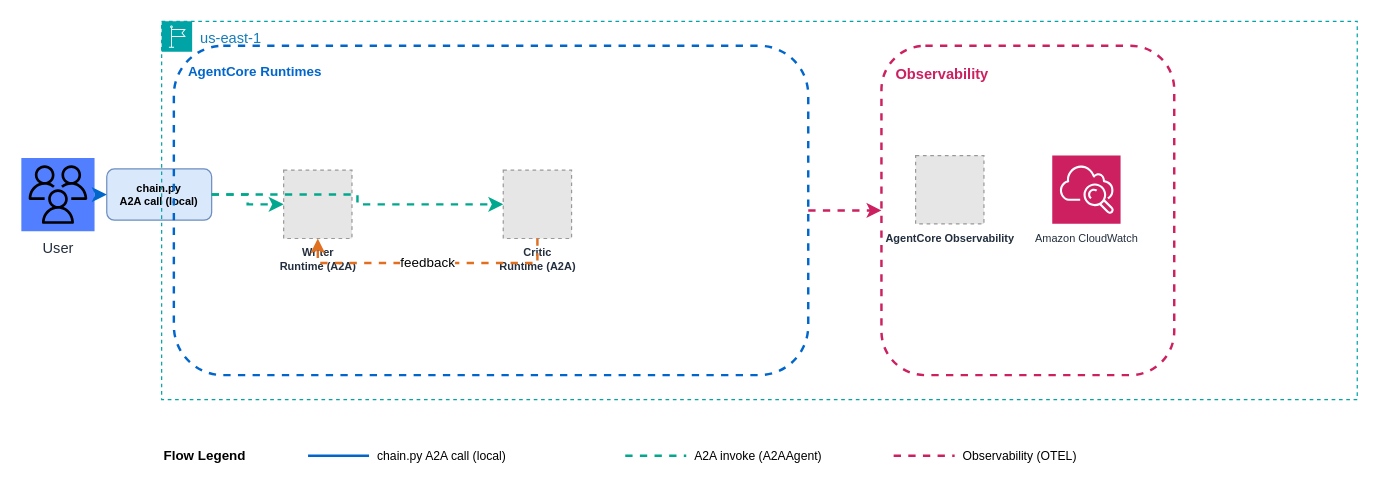
aws-samples/sample-multi-agent-systems-with-strands-workshop keeps this draw.io diagram as samples/05-critic-refiner/production/architecture.drawio. Above is the earlier version. Source tidied: cells renumbered, new cells numbered last; positions are measured from the earlier drawing's top-left corner, leaving out a move shared by most shapes. Both pictures are drawn from the tidied source at 122%, with x=0, y=0 at pixel (21, 21). Pictures stored in the file or linked from it are replaced by grey dashed boxes.
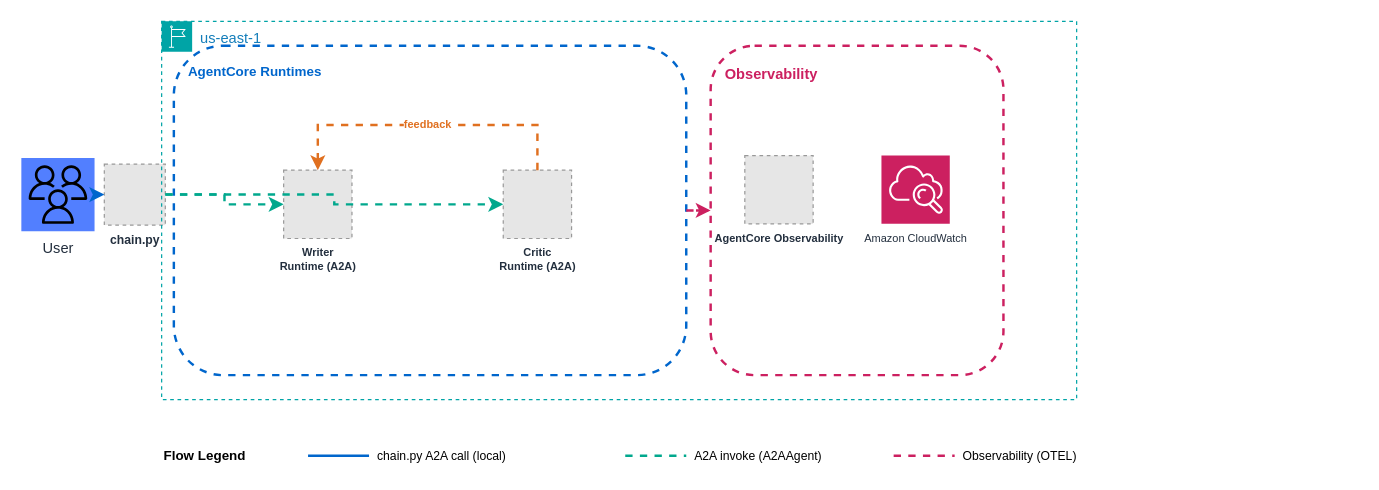
The same diagram, later.

Commit message (it also covers changes not shown here):
Production architecture diagrams: Python logo for chain.py, fix arrow routing, compact layouts

The change refers to these unchanged cells:
```xml
<mxCell id="6" value="Writer&lt;div&gt;Runtime (A2A)&lt;/div&gt;" style="fillColor=#E6E6E6;strokeColor=#999999;dashed=1;html=1;verticalLabelPosition=bottom;labelBackgroundColor=none;verticalAlign=top;fontSize=9;fontStyle=1;fontColor=#232F3E;" parent="4" vertex="1">
  <mxGeometry x="100" y="122" width="56" height="56" as="geometry" />
</mxCell>
<mxCell id="20" value="Critic&lt;div&gt;Runtime (A2A)&lt;/div&gt;" style="fillColor=#E6E6E6;strokeColor=#999999;dashed=1;html=1;verticalLabelPosition=bottom;labelBackgroundColor=none;verticalAlign=top;fontSize=9;fontStyle=1;fontColor=#232F3E;" parent="4" vertex="1">
  <mxGeometry x="280" y="122" width="56" height="56" as="geometry" />
</mxCell>
```

What changed in the source:
```diff
@@
-    <mxCell id="2" value="chain.py&lt;div&gt;A2A call (local)&lt;/div&gt;" style="rounded=1;whiteSpace=wrap;html=1;fillColor=#dae8fc;strokeColor=#6c8ebf;fontSize=9;fontStyle=1;verticalAlign=middle;" parent="1" vertex="1">
-      <mxGeometry x="70" y="121" width="86" height="42" as="geometry" />
+    <mxCell id="2" value="chain.py" style="fillColor=#E6E6E6;strokeColor=#999999;dashed=1;html=1;verticalLabelPosition=bottom;labelBackgroundColor=none;verticalAlign=top;align=center;fontSize=10;fontStyle=1;fontColor=#232F3E;" parent="1" vertex="1">
+      <mxGeometry x="68" y="117" width="50" height="50" as="geometry" />
     </mxCell>
@@
     <mxCell id="4" value="us-east-1" style="gradientColor=none;html=1;whiteSpace=wrap;fontSize=12;fontStyle=0;shape=mxgraph.aws4.group;grIcon=mxgraph.aws4.group_region;strokeColor=#00A4A6;fillColor=none;verticalAlign=top;align=left;spacingLeft=30;fontColor=#147EBA;dashed=1;" parent="1" vertex="1">
-      <mxGeometry x="115" width="980" height="310" as="geometry" />
+      <mxGeometry x="115" width="750" height="310" as="geometry" />
     </mxCell>
     <mxCell id="5" value="AgentCore Runtimes" style="rounded=1;whiteSpace=wrap;html=1;fillColor=none;strokeColor=#0066CC;strokeWidth=2;dashed=1;fontSize=11;fontStyle=1;fontColor=#0066CC;verticalAlign=top;align=left;spacingLeft=10;spacingTop=8;" parent="4" vertex="1">
-      <mxGeometry x="10" y="20" width="520" height="270" as="geometry" />
+      <mxGeometry x="10" y="20" width="420" height="270" as="geometry" />
     </mxCell>
@@
     <mxCell id="7" value="Observability" style="rounded=1;whiteSpace=wrap;html=1;fillColor=none;strokeColor=#CC2060;strokeWidth=2;dashed=1;fontSize=12;fontStyle=1;fontColor=#CC2060;verticalAlign=top;align=left;spacingLeft=10;spacingTop=10;" parent="4" vertex="1">
-      <mxGeometry x="590" y="20" width="240" height="270" as="geometry" />
+      <mxGeometry x="450" y="20" width="240" height="270" as="geometry" />
     </mxCell>
     <mxCell id="8" value="AgentCore Observability" style="fillColor=#E6E6E6;strokeColor=#999999;dashed=1;html=1;verticalLabelPosition=bottom;labelBackgroundColor=none;verticalAlign=top;fontSize=9;fontStyle=1;fontColor=#232F3E;" parent="4" vertex="1">
-      <mxGeometry x="618" y="110" width="56" height="56" as="geometry" />
+      <mxGeometry x="478" y="110" width="56" height="56" as="geometry" />
     </mxCell>
     <mxCell id="9" value="Amazon CloudWatch" style="sketch=0;fontColor=#232F3E;fillColor=#CC2060;strokeColor=#ffffff;dashed=0;verticalLabelPosition=bottom;verticalAlign=top;align=center;html=1;fontSize=9;fontStyle=0;shape=mxgraph.aws4.resourceIcon;resIcon=mxgraph.aws4.cloudwatch;" parent="4" vertex="1">
-      <mxGeometry x="730" y="110" width="56" height="56" as="geometry" />
+      <mxGeometry x="590" y="110" width="56" height="56" as="geometry" />
     </mxCell>
@@
-    <mxCell id="22" value="feedback" style="edgeStyle=orthogonalEdgeStyle;rounded=0;jettySize=auto;html=1;strokeColor=#E07020;strokeWidth=2;flowAnimation=1;dashed=1;exitX=0.5;exitY=1;exitDx=0;exitDy=0;entryX=0.5;entryY=1;entryDx=0;entryDy=0;" parent="4" edge="1" source="20" target="6">
-      <mxGeometry relative="1" as="geometry" />
+    <mxCell id="22" value="feedback" style="edgeStyle=orthogonalEdgeStyle;rounded=0;jettySize=auto;html=1;strokeColor=#E07020;strokeWidth=2;flowAnimation=1;dashed=1;exitX=0.5;exitY=0;exitDx=0;exitDy=0;entryX=0.5;entryY=0;entryDx=0;entryDy=0;fontSize=9;fontStyle=1;fontColor=#E07020;" parent="4" edge="1" source="20" target="6">
+      <mxGeometry relative="1" as="geometry">
+        <Array as="points">
+          <mxPoint x="308" y="85" />
+          <mxPoint x="128" y="85" />
+        </Array>
+      </mxGeometry>
     </mxCell>
```
